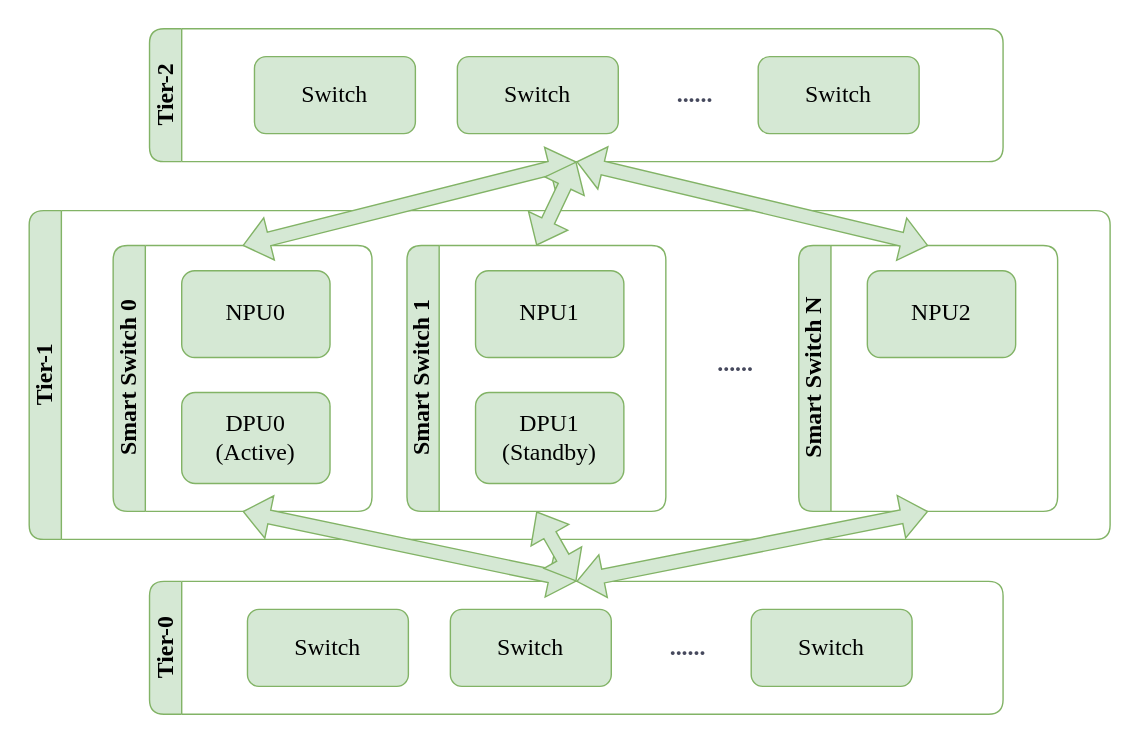
Before: doc/smart-switch/high-availability/images/ha-network-topology.svg, a diagram exported from draw.io (sonic-net/SONiC). Source tidied: cells renumbered, new cells last; positions are measured from the earlier drawing's top-left corner, leaving out a move shared by most shapes.
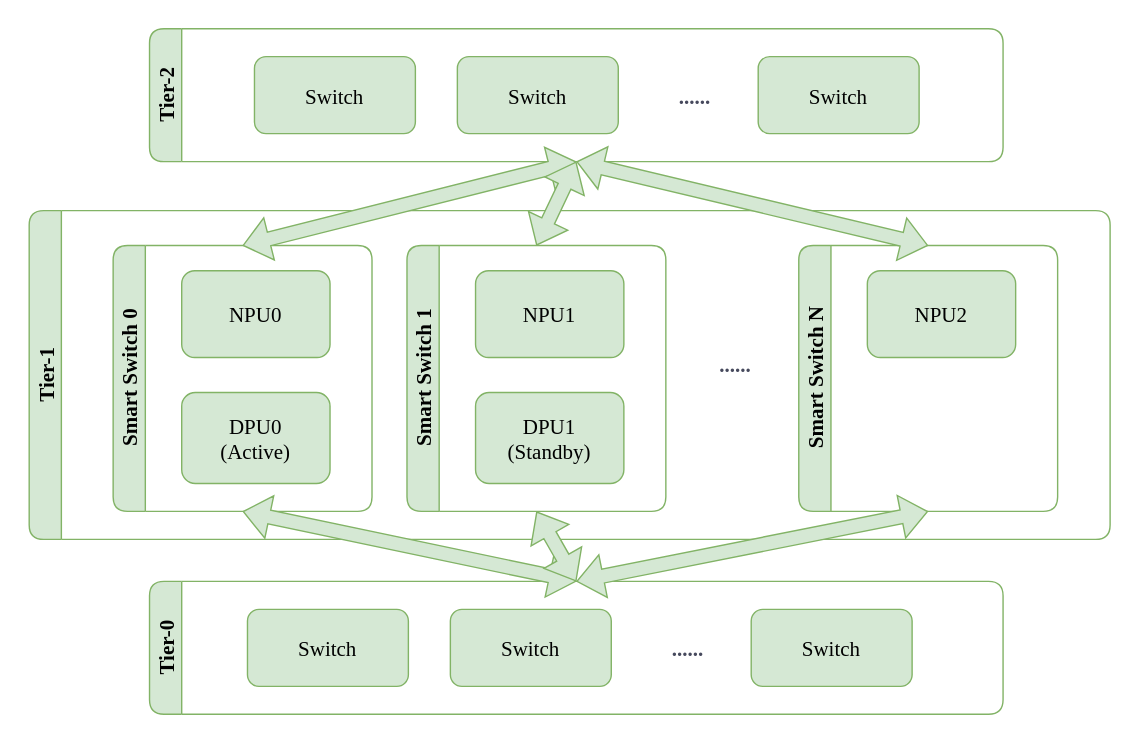
After the change.

The edit, as a diff of the source:
```diff
@@ -2,82 +2,82 @@
   <root>
     <mxCell id="0" />
     <mxCell id="1" parent="0" />
-    <mxCell id="2" value="Tier-2" style="swimlane;horizontal=0;whiteSpace=wrap;html=1;rounded=1;labelBorderColor=none;strokeColor=#82b366;fontFamily=Consolas;fontSize=17;startSize=23;fillColor=#d5e8d4;swimlaneFillColor=#FFFFFF;" parent="1" vertex="1">
+    <mxCell id="2" value="Tier-2" style="swimlane;horizontal=0;whiteSpace=wrap;html=1;rounded=1;labelBorderColor=none;strokeColor=#82b366;fontFamily=Monaco;fontSize=15;startSize=23;fillColor=#d5e8d4;swimlaneFillColor=#FFFFFF;" parent="1" vertex="1">
       <mxGeometry x="86" width="610" height="95" as="geometry" />
     </mxCell>
-    <mxCell id="3" value="Switch" style="rounded=1;whiteSpace=wrap;html=1;strokeColor=#82b366;fontFamily=Consolas;fontSize=17;startSize=23;fillColor=#d5e8d4;" parent="2" vertex="1">
+    <mxCell id="3" value="Switch" style="rounded=1;whiteSpace=wrap;html=1;strokeColor=#82b366;fontFamily=Monaco;fontSize=15;startSize=23;fillColor=#d5e8d4;" parent="2" vertex="1">
       <mxGeometry x="75" y="20" width="115" height="55" as="geometry" />
     </mxCell>
-    <mxCell id="4" value="Switch" style="rounded=1;whiteSpace=wrap;html=1;strokeColor=#82b366;fontFamily=Consolas;fontSize=17;startSize=23;fillColor=#d5e8d4;" parent="2" vertex="1">
+    <mxCell id="4" value="Switch" style="rounded=1;whiteSpace=wrap;html=1;strokeColor=#82b366;fontFamily=Monaco;fontSize=15;startSize=23;fillColor=#d5e8d4;" parent="2" vertex="1">
       <mxGeometry x="220" y="20" width="115" height="55" as="geometry" />
     </mxCell>
-    <mxCell id="5" value="Switch" style="rounded=1;whiteSpace=wrap;html=1;strokeColor=#82b366;fontFamily=Consolas;fontSize=17;startSize=23;fillColor=#d5e8d4;" parent="2" vertex="1">
+    <mxCell id="5" value="Switch" style="rounded=1;whiteSpace=wrap;html=1;strokeColor=#82b366;fontFamily=Monaco;fontSize=15;startSize=23;fillColor=#d5e8d4;" parent="2" vertex="1">
       <mxGeometry x="435" y="20" width="115" height="55" as="geometry" />
     </mxCell>
-    <mxCell id="6" value="......" style="text;html=1;strokeColor=none;fillColor=none;align=center;verticalAlign=middle;whiteSpace=wrap;rounded=0;fontSize=17;fontFamily=Consolas;fontColor=#46495D;fontStyle=1;" parent="2" vertex="1">
+    <mxCell id="6" value="......" style="text;html=1;strokeColor=none;fillColor=none;align=center;verticalAlign=middle;whiteSpace=wrap;rounded=0;fontSize=15;fontFamily=Monaco;fontColor=#46495D;fontStyle=1;" parent="2" vertex="1">
       <mxGeometry x="360" y="32.5" width="60" height="30" as="geometry" />
     </mxCell>
-    <mxCell id="7" value="Tier-1" style="swimlane;horizontal=0;whiteSpace=wrap;html=1;rounded=1;labelBorderColor=none;strokeColor=#82b366;fontFamily=Consolas;fontSize=17;startSize=23;fillColor=#d5e8d4;swimlaneFillColor=#FFFFFF;" parent="1" vertex="1">
+    <mxCell id="7" value="Tier-1" style="swimlane;horizontal=0;whiteSpace=wrap;html=1;rounded=1;labelBorderColor=none;strokeColor=#82b366;fontFamily=Monaco;fontSize=15;startSize=23;fillColor=#d5e8d4;swimlaneFillColor=#FFFFFF;" parent="1" vertex="1">
       <mxGeometry y="130" width="772.5" height="235" as="geometry" />
     </mxCell>
-    <mxCell id="8" value="Smart Switch 0" style="swimlane;horizontal=0;whiteSpace=wrap;html=1;rounded=1;labelBorderColor=none;strokeColor=#82b366;fontFamily=Consolas;fontSize=17;startSize=23;fillColor=#d5e8d4;swimlaneFillColor=#FFFFFF;" parent="7" vertex="1">
+    <mxCell id="8" value="Smart Switch 0" style="swimlane;horizontal=0;whiteSpace=wrap;html=1;rounded=1;labelBorderColor=none;strokeColor=#82b366;fontFamily=Monaco;fontSize=15;startSize=23;fillColor=#d5e8d4;swimlaneFillColor=#FFFFFF;" parent="7" vertex="1">
       <mxGeometry x="60" y="25" width="185" height="190" as="geometry" />
     </mxCell>
-    <mxCell id="9" value="NPU0" style="rounded=1;whiteSpace=wrap;html=1;strokeColor=#82b366;fontFamily=Consolas;fontSize=17;startSize=23;fillColor=#d5e8d4;" parent="8" vertex="1">
+    <mxCell id="9" value="NPU0" style="rounded=1;whiteSpace=wrap;html=1;strokeColor=#82b366;fontFamily=Monaco;fontSize=15;startSize=23;fillColor=#d5e8d4;" parent="8" vertex="1">
       <mxGeometry x="49" y="18" width="106" height="62" as="geometry" />
     </mxCell>
-    <mxCell id="10" value="DPU0&lt;br style=&quot;font-size: 17px;&quot;&gt;(Active)" style="rounded=1;whiteSpace=wrap;html=1;strokeColor=#82b366;fontFamily=Consolas;fontSize=17;startSize=23;fillColor=#d5e8d4;" parent="8" vertex="1">
+    <mxCell id="10" value="DPU0&lt;br style=&quot;font-size: 15px;&quot;&gt;(Active)" style="rounded=1;whiteSpace=wrap;html=1;strokeColor=#82b366;fontFamily=Monaco;fontSize=15;startSize=23;fillColor=#d5e8d4;" parent="8" vertex="1">
       <mxGeometry x="49" y="105" width="106" height="65" as="geometry" />
     </mxCell>
-    <mxCell id="11" value="Smart Switch 1" style="swimlane;horizontal=0;whiteSpace=wrap;html=1;rounded=1;labelBorderColor=none;strokeColor=#82b366;fontFamily=Consolas;fontSize=17;startSize=23;fillColor=#d5e8d4;swimlaneFillColor=#FFFFFF;" parent="7" vertex="1">
+    <mxCell id="11" value="Smart Switch 1" style="swimlane;horizontal=0;whiteSpace=wrap;html=1;rounded=1;labelBorderColor=none;strokeColor=#82b366;fontFamily=Monaco;fontSize=15;startSize=23;fillColor=#d5e8d4;swimlaneFillColor=#FFFFFF;" parent="7" vertex="1">
       <mxGeometry x="270" y="25" width="185" height="190" as="geometry" />
     </mxCell>
-    <mxCell id="12" value="NPU1" style="rounded=1;whiteSpace=wrap;html=1;strokeColor=#82b366;fontFamily=Consolas;fontSize=17;startSize=23;fillColor=#d5e8d4;" parent="11" vertex="1">
+    <mxCell id="12" value="NPU1" style="rounded=1;whiteSpace=wrap;html=1;strokeColor=#82b366;fontFamily=Monaco;fontSize=15;startSize=23;fillColor=#d5e8d4;" parent="11" vertex="1">
       <mxGeometry x="49" y="18" width="106" height="62" as="geometry" />
     </mxCell>
-    <mxCell id="13" value="DPU1&lt;br style=&quot;font-size: 17px;&quot;&gt;(Standby)" style="rounded=1;whiteSpace=wrap;html=1;strokeColor=#82b366;fontFamily=Consolas;fontSize=17;startSize=23;fillColor=#d5e8d4;" parent="11" vertex="1">
+    <mxCell id="13" value="DPU1&lt;br style=&quot;font-size: 15px;&quot;&gt;(Standby)" style="rounded=1;whiteSpace=wrap;html=1;strokeColor=#82b366;fontFamily=Monaco;fontSize=15;startSize=23;fillColor=#d5e8d4;" parent="11" vertex="1">
       <mxGeometry x="49" y="105" width="106" height="65" as="geometry" />
     </mxCell>
-    <mxCell id="14" value="Smart Switch N" style="swimlane;horizontal=0;whiteSpace=wrap;html=1;rounded=1;labelBorderColor=none;strokeColor=#82b366;fontFamily=Consolas;fontSize=17;startSize=23;fillColor=#d5e8d4;swimlaneFillColor=#FFFFFF;" parent="7" vertex="1">
+    <mxCell id="14" value="Smart Switch N" style="swimlane;horizontal=0;whiteSpace=wrap;html=1;rounded=1;labelBorderColor=none;strokeColor=#82b366;fontFamily=Monaco;fontSize=15;startSize=23;fillColor=#d5e8d4;swimlaneFillColor=#FFFFFF;" parent="7" vertex="1">
       <mxGeometry x="550" y="25" width="185" height="190" as="geometry" />
     </mxCell>
-    <mxCell id="15" value="NPU2" style="rounded=1;whiteSpace=wrap;html=1;strokeColor=#82b366;fontFamily=Consolas;fontSize=17;startSize=23;fillColor=#d5e8d4;" parent="14" vertex="1">
+    <mxCell id="15" value="NPU2" style="rounded=1;whiteSpace=wrap;html=1;strokeColor=#82b366;fontFamily=Monaco;fontSize=15;startSize=23;fillColor=#d5e8d4;" parent="14" vertex="1">
       <mxGeometry x="49" y="18" width="106" height="62" as="geometry" />
     </mxCell>
-    <mxCell id="16" value="......" style="text;html=1;strokeColor=none;fillColor=none;align=center;verticalAlign=middle;whiteSpace=wrap;rounded=0;fontSize=17;fontFamily=Consolas;fontColor=#46495D;fontStyle=1;" parent="7" vertex="1">
+    <mxCell id="16" value="......" style="text;html=1;strokeColor=none;fillColor=none;align=center;verticalAlign=middle;whiteSpace=wrap;rounded=0;fontSize=15;fontFamily=Monaco;fontColor=#46495D;fontStyle=1;" parent="7" vertex="1">
       <mxGeometry x="475" y="95" width="60" height="30" as="geometry" />
     </mxCell>
-    <mxCell id="17" value="Tier-0" style="swimlane;horizontal=0;whiteSpace=wrap;html=1;rounded=1;labelBorderColor=none;strokeColor=#82b366;fontFamily=Consolas;fontSize=17;startSize=23;fillColor=#d5e8d4;swimlaneFillColor=#FFFFFF;" parent="1" vertex="1">
+    <mxCell id="17" value="Tier-0" style="swimlane;horizontal=0;whiteSpace=wrap;html=1;rounded=1;labelBorderColor=none;strokeColor=#82b366;fontFamily=Monaco;fontSize=15;startSize=23;fillColor=#d5e8d4;swimlaneFillColor=#FFFFFF;" parent="1" vertex="1">
       <mxGeometry x="86" y="395" width="610" height="95" as="geometry" />
     </mxCell>
-    <mxCell id="18" value="Switch" style="rounded=1;whiteSpace=wrap;html=1;strokeColor=#82b366;fontFamily=Consolas;fontSize=17;startSize=23;fillColor=#d5e8d4;" parent="17" vertex="1">
+    <mxCell id="18" value="Switch" style="rounded=1;whiteSpace=wrap;html=1;strokeColor=#82b366;fontFamily=Monaco;fontSize=15;startSize=23;fillColor=#d5e8d4;" parent="17" vertex="1">
       <mxGeometry x="70" y="20" width="115" height="55" as="geometry" />
     </mxCell>
-    <mxCell id="19" value="Switch" style="rounded=1;whiteSpace=wrap;html=1;strokeColor=#82b366;fontFamily=Consolas;fontSize=17;startSize=23;fillColor=#d5e8d4;" parent="17" vertex="1">
+    <mxCell id="19" value="Switch" style="rounded=1;whiteSpace=wrap;html=1;strokeColor=#82b366;fontFamily=Monaco;fontSize=15;startSize=23;fillColor=#d5e8d4;" parent="17" vertex="1">
       <mxGeometry x="215" y="20" width="115" height="55" as="geometry" />
     </mxCell>
-    <mxCell id="20" value="Switch" style="rounded=1;whiteSpace=wrap;html=1;strokeColor=#82b366;fontFamily=Consolas;fontSize=17;startSize=23;fillColor=#d5e8d4;" parent="17" vertex="1">
+    <mxCell id="20" value="Switch" style="rounded=1;whiteSpace=wrap;html=1;strokeColor=#82b366;fontFamily=Monaco;fontSize=15;startSize=23;fillColor=#d5e8d4;" parent="17" vertex="1">
       <mxGeometry x="430" y="20" width="115" height="55" as="geometry" />
     </mxCell>
-    <mxCell id="21" value="......" style="text;html=1;strokeColor=none;fillColor=none;align=center;verticalAlign=middle;whiteSpace=wrap;rounded=0;fontSize=17;fontFamily=Consolas;fontColor=#46495D;fontStyle=1;" parent="17" vertex="1">
+    <mxCell id="21" value="......" style="text;html=1;strokeColor=none;fillColor=none;align=center;verticalAlign=middle;whiteSpace=wrap;rounded=0;fontSize=15;fontFamily=Monaco;fontColor=#46495D;fontStyle=1;" parent="17" vertex="1">
       <mxGeometry x="355" y="32.5" width="60" height="30" as="geometry" />
     </mxCell>
-    <mxCell id="22" style="shape=flexArrow;endArrow=classic;startArrow=classic;html=1;rounded=0;fillColor=#d5e8d4;strokeColor=#82b366;exitX=0.5;exitY=1;exitDx=0;exitDy=0;entryX=0.5;entryY=0;entryDx=0;entryDy=0;fontFamily=Consolas;fontSize=17;" parent="1" edge="1" source="2" target="8">
+    <mxCell id="22" style="shape=flexArrow;endArrow=classic;startArrow=classic;html=1;rounded=0;fillColor=#d5e8d4;strokeColor=#82b366;exitX=0.5;exitY=1;exitDx=0;exitDy=0;entryX=0.5;entryY=0;entryDx=0;entryDy=0;fontFamily=Monaco;fontSize=15;" parent="1" edge="1" source="2" target="8">
       <mxGeometry relative="1" as="geometry" />
     </mxCell>
-    <mxCell id="23" style="shape=flexArrow;endArrow=classic;startArrow=classic;html=1;rounded=0;fillColor=#d5e8d4;strokeColor=#82b366;entryX=0.5;entryY=0;entryDx=0;entryDy=0;exitX=0.5;exitY=1;exitDx=0;exitDy=0;fontFamily=Consolas;fontSize=17;" parent="1" edge="1" source="2" target="11">
+    <mxCell id="23" style="shape=flexArrow;endArrow=classic;startArrow=classic;html=1;rounded=0;fillColor=#d5e8d4;strokeColor=#82b366;entryX=0.5;entryY=0;entryDx=0;entryDy=0;exitX=0.5;exitY=1;exitDx=0;exitDy=0;fontFamily=Monaco;fontSize=15;" parent="1" edge="1" source="2" target="11">
       <mxGeometry relative="1" as="geometry" />
     </mxCell>
-    <mxCell id="24" style="shape=flexArrow;endArrow=classic;startArrow=classic;html=1;rounded=0;fillColor=#d5e8d4;strokeColor=#82b366;exitX=0.5;exitY=0;exitDx=0;exitDy=0;entryX=0.5;entryY=1;entryDx=0;entryDy=0;fontFamily=Consolas;fontSize=17;" parent="1" edge="1" source="17" target="8">
+    <mxCell id="24" style="shape=flexArrow;endArrow=classic;startArrow=classic;html=1;rounded=0;fillColor=#d5e8d4;strokeColor=#82b366;exitX=0.5;exitY=0;exitDx=0;exitDy=0;entryX=0.5;entryY=1;entryDx=0;entryDy=0;fontFamily=Monaco;fontSize=15;" parent="1" edge="1" source="17" target="8">
       <mxGeometry relative="1" as="geometry" />
     </mxCell>
-    <mxCell id="25" style="shape=flexArrow;endArrow=classic;startArrow=classic;html=1;rounded=0;fillColor=#d5e8d4;strokeColor=#82b366;entryX=0.5;entryY=1;entryDx=0;entryDy=0;exitX=0.5;exitY=0;exitDx=0;exitDy=0;fontFamily=Consolas;fontSize=17;" parent="1" edge="1" source="17" target="11">
+    <mxCell id="25" style="shape=flexArrow;endArrow=classic;startArrow=classic;html=1;rounded=0;fillColor=#d5e8d4;strokeColor=#82b366;entryX=0.5;entryY=1;entryDx=0;entryDy=0;exitX=0.5;exitY=0;exitDx=0;exitDy=0;fontFamily=Monaco;fontSize=15;" parent="1" edge="1" source="17" target="11">
       <mxGeometry relative="1" as="geometry" />
     </mxCell>
-    <mxCell id="26" style="shape=flexArrow;endArrow=classic;startArrow=classic;html=1;rounded=0;fillColor=#d5e8d4;strokeColor=#82b366;entryX=0.5;entryY=0;entryDx=0;entryDy=0;exitX=0.5;exitY=1;exitDx=0;exitDy=0;fontFamily=Consolas;fontSize=17;" parent="1" edge="1" source="2" target="14">
+    <mxCell id="26" style="shape=flexArrow;endArrow=classic;startArrow=classic;html=1;rounded=0;fillColor=#d5e8d4;strokeColor=#82b366;entryX=0.5;entryY=0;entryDx=0;entryDy=0;exitX=0.5;exitY=1;exitDx=0;exitDy=0;fontFamily=Monaco;fontSize=15;" parent="1" edge="1" source="2" target="14">
       <mxGeometry relative="1" as="geometry" />
     </mxCell>
-    <mxCell id="27" style="shape=flexArrow;endArrow=classic;startArrow=classic;html=1;rounded=0;fillColor=#d5e8d4;strokeColor=#82b366;entryX=0.5;entryY=1;entryDx=0;entryDy=0;exitX=0.5;exitY=0;exitDx=0;exitDy=0;fontFamily=Consolas;fontSize=17;" parent="1" edge="1" source="17" target="14">
+    <mxCell id="27" style="shape=flexArrow;endArrow=classic;startArrow=classic;html=1;rounded=0;fillColor=#d5e8d4;strokeColor=#82b366;entryX=0.5;entryY=1;entryDx=0;entryDy=0;exitX=0.5;exitY=0;exitDx=0;exitDy=0;fontFamily=Monaco;fontSize=15;" parent="1" edge="1" source="17" target="14">
       <mxGeometry relative="1" as="geometry" />
     </mxCell>
   </root>
```
